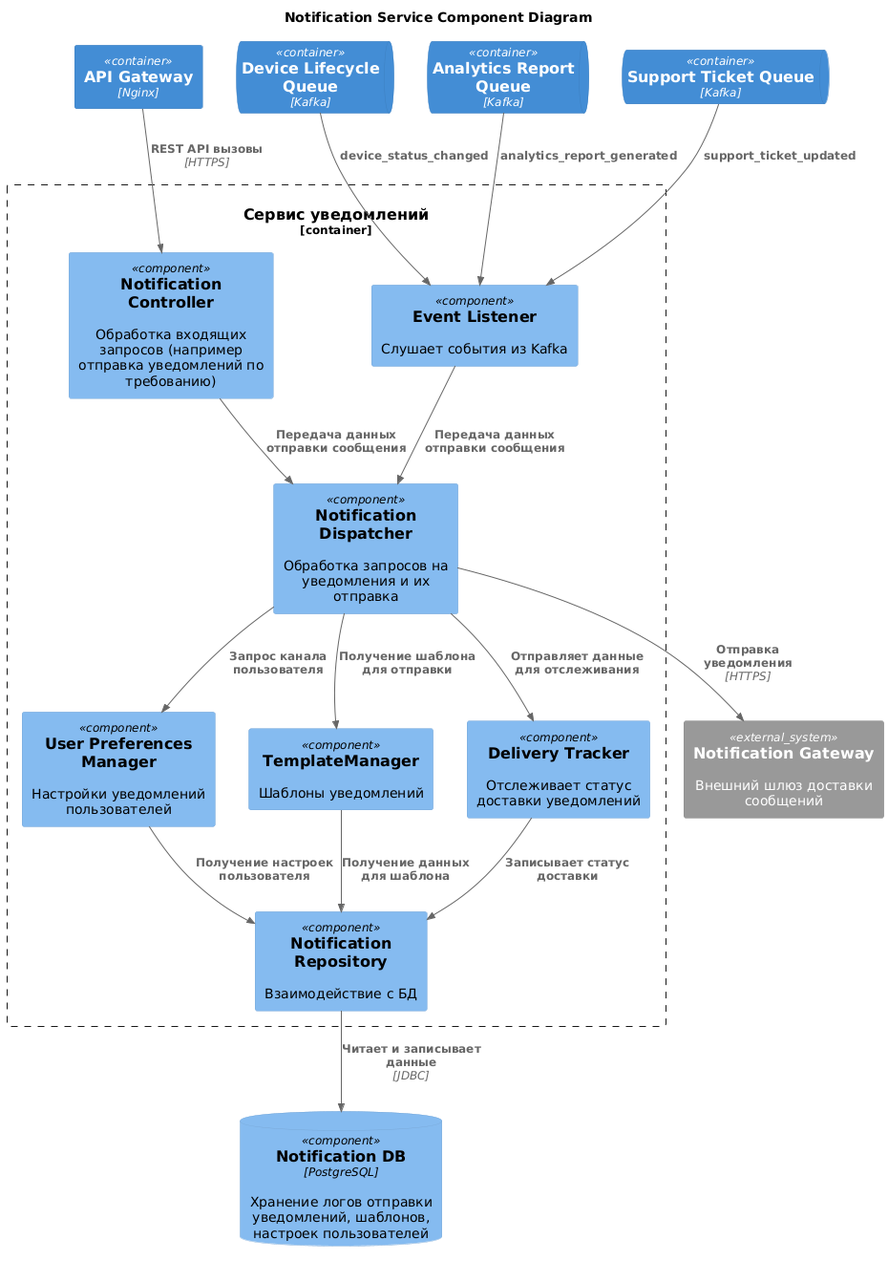
Earlier version of the PlantUML export docs/diagrams/component/notification-service.png (ZhurkinAngular/Warmhouse).
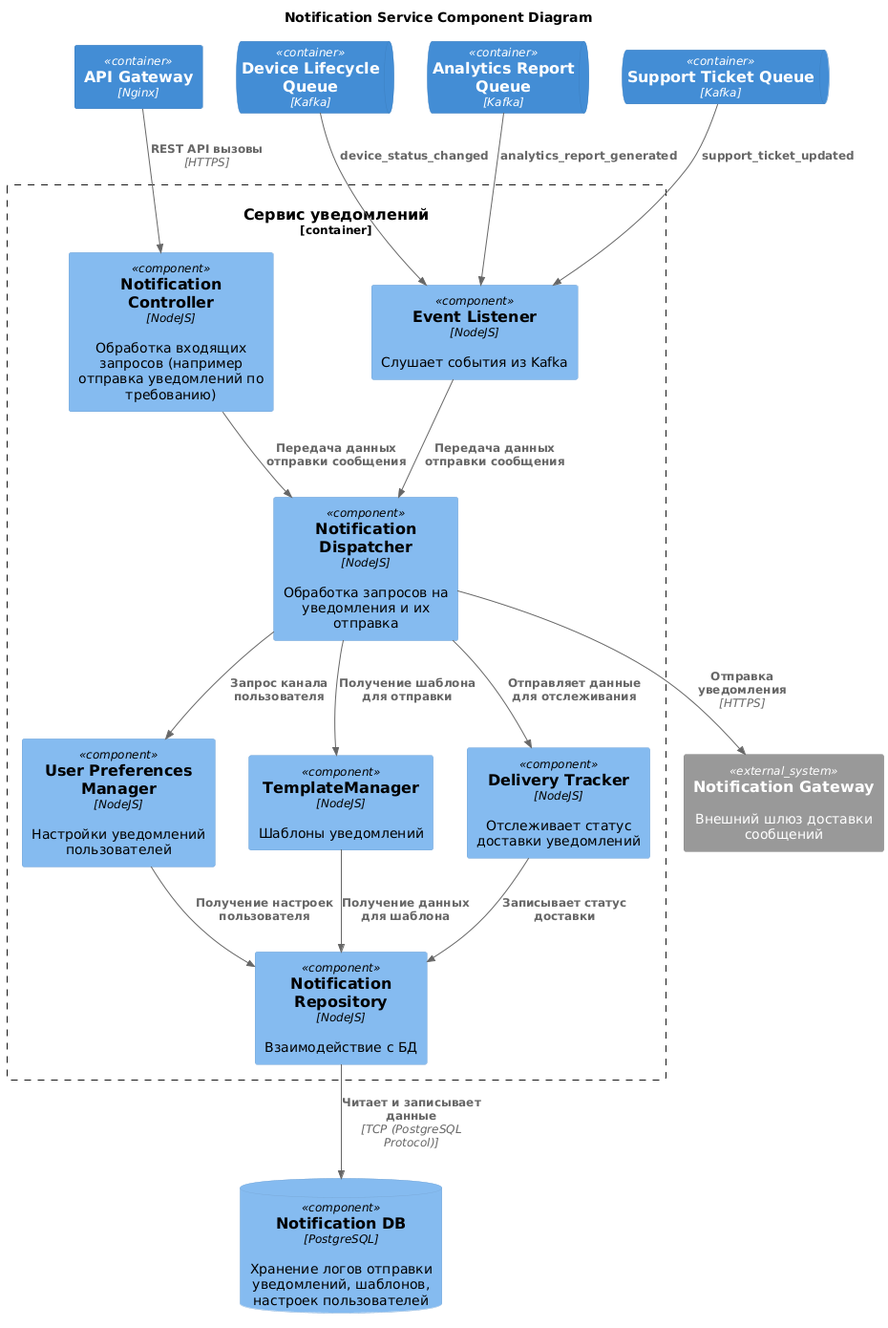
Above is the later version.

The edit, as a diff of the source:
```diff
@@ -14,13 +14,13 @@
 System_Ext(NotificationGateway, "Notification Gateway", "Внешний шлюз доставки сообщений")
 
 Container_Boundary(NotificationService, "Сервис уведомлений") {
-    Component(NotificationController, "Notification Controller", "", "Обработка входящих запросов (например отправка уведомлений по требованию)")
-    Component(NotificationDispatcher, "Notification Dispatcher", "", "Обработка запросов на уведомления и их отправка")
-    Component(UserPreferencesManager, "User Preferences Manager", "", "Настройки уведомлений пользователей")
-    Component(TemplateManager, "TemplateManager", "", "Шаблоны уведомлений")
-    Component(EventListener, "Event Listener", "", "Слушает события из Kafka")
-    Component(DeliveryTracker, "Delivery Tracker", "", "Отслеживает статус доставки уведомлений")
-    Component(NotificationRepository, "Notification Repository", "", "Взаимодействие с БД")
+    Component(NotificationController, "Notification Controller", "NodeJS", "Обработка входящих запросов (например отправка уведомлений по требованию)")
+    Component(NotificationDispatcher, "Notification Dispatcher", "NodeJS", "Обработка запросов на уведомления и их отправка")
+    Component(UserPreferencesManager, "User Preferences Manager", "NodeJS", "Настройки уведомлений пользователей")
+    Component(TemplateManager, "TemplateManager", "NodeJS", "Шаблоны уведомлений")
+    Component(EventListener, "Event Listener", "NodeJS", "Слушает события из Kafka")
+    Component(DeliveryTracker, "Delivery Tracker", "NodeJS", "Отслеживает статус доставки уведомлений")
+    Component(NotificationRepository, "Notification Repository", "NodeJS", "Взаимодействие с БД")
 }
 
 Rel(APIGateway, NotificationController, "REST API вызовы", "HTTPS")
@@ -42,7 +42,7 @@
 
 Rel(DeliveryTracker, NotificationRepository, "Записывает статус доставки")
 
-Rel(NotificationRepository, NotificationDB, "Читает и записывает данные", "JDBC")
+Rel(NotificationRepository, NotificationDB, "Читает и записывает данные", "TCP (PostgreSQL Protocol)")
 
 Rel(UserPreferencesManager, NotificationRepository, "Получение настроек пользователя")
 
```
